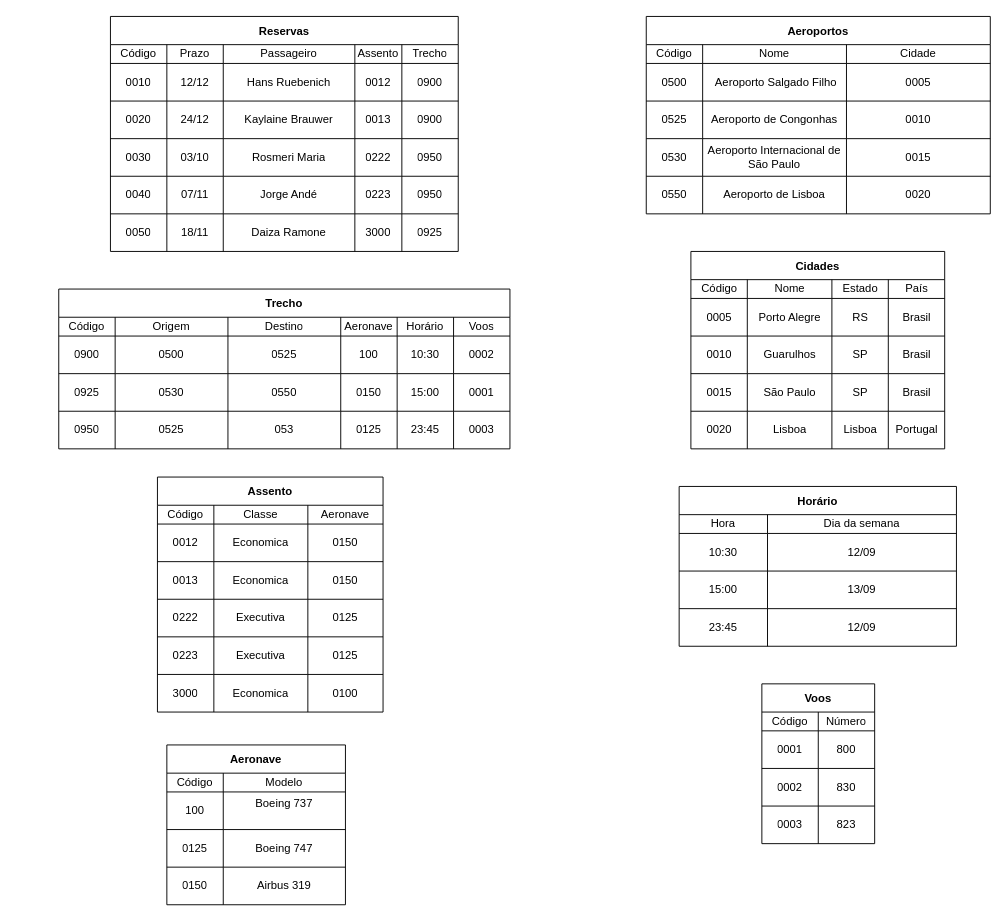
Earlier version of the draw.io diagram Facul/AlgebraLinear.drawio (HansRafael/projects). Source tidied: cells renumbered, new cells numbered last; positions are measured from the earlier drawing's top-left corner, leaving out a move shared by most shapes. Both pictures are drawn from the tidied source at 94%, with x=0, y=0 at pixel (16, 16).
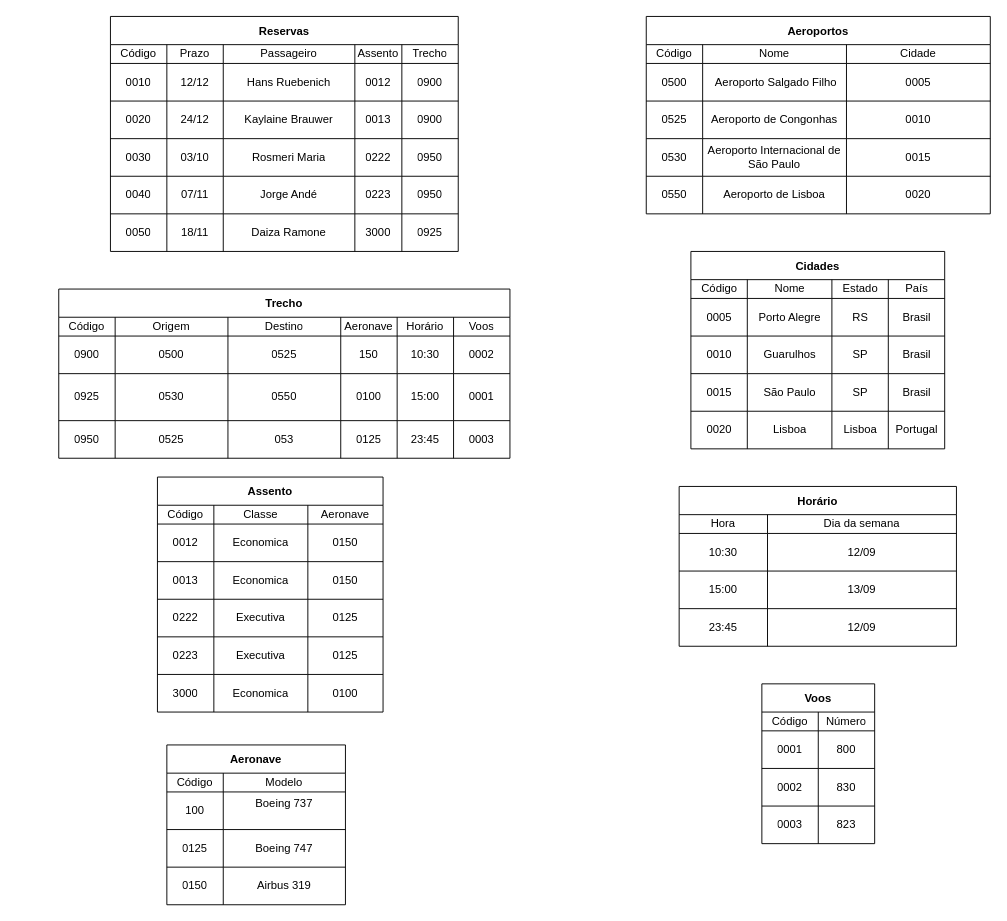
Above is the later version.

Unchanged cells that the change refers to:
```xml
<mxCell id="93" style="shape=partialRectangle;html=1;whiteSpace=wrap;fillColor=none;top=0;left=0;bottom=0;right=0;" parent="85" vertex="1">
  <mxGeometry y="50" width="480" height="40" as="geometry" />
</mxCell>
```

What changed in the source:
```diff
@@
     <mxCell id="85" value="Trecho" style="shape=table;startSize=30;childLayout=tableLayout;fontStyle=1;align=center;" parent="1" vertex="1">
-      <mxGeometry x="45" y="290" width="480" height="170" as="geometry" />
+      <mxGeometry x="45" y="290" width="480" height="180" as="geometry" />
     </mxCell>
@@
-    <mxCell id="97" value="100" style="shape=partialRectangle;html=1;whiteSpace=wrap;fillColor=none;top=0;left=0;bottom=0;right=0;overflow=hidden;" parent="93" vertex="1">
+    <mxCell id="97" value="150" style="shape=partialRectangle;html=1;whiteSpace=wrap;fillColor=none;top=0;left=0;bottom=0;right=0;overflow=hidden;" parent="93" vertex="1">
       <mxGeometry x="300" width="60" height="40" as="geometry" />
     </mxCell>
@@
     <mxCell id="100" style="shape=partialRectangle;html=1;whiteSpace=wrap;fillColor=none;top=0;left=0;bottom=0;right=0;" parent="85" vertex="1">
-      <mxGeometry y="90" width="480" height="40" as="geometry" />
+      <mxGeometry y="90" width="480" height="50" as="geometry" />
     </mxCell>
     <mxCell id="101" value="0925" style="shape=partialRectangle;html=1;whiteSpace=wrap;fillColor=none;top=0;left=0;bottom=0;right=0;overflow=hidden;" parent="100" vertex="1">
-      <mxGeometry width="60" height="40" as="geometry" />
+      <mxGeometry width="60" height="50" as="geometry" />
     </mxCell>
     <mxCell id="102" value="0530" style="shape=partialRectangle;html=1;whiteSpace=wrap;fillColor=none;top=0;left=0;bottom=0;right=0;overflow=hidden;" parent="100" vertex="1">
-      <mxGeometry x="60" width="120" height="40" as="geometry" />
+      <mxGeometry x="60" width="120" height="50" as="geometry" />
     </mxCell>
     <mxCell id="103" value="0550" style="shape=partialRectangle;html=1;whiteSpace=wrap;fillColor=none;top=0;left=0;bottom=0;right=0;overflow=hidden;" parent="100" vertex="1">
-      <mxGeometry x="180" width="120" height="40" as="geometry" />
+      <mxGeometry x="180" width="120" height="50" as="geometry" />
     </mxCell>
-    <mxCell id="104" value="0150" style="shape=partialRectangle;html=1;whiteSpace=wrap;fillColor=none;top=0;left=0;bottom=0;right=0;overflow=hidden;" parent="100" vertex="1">
-      <mxGeometry x="300" width="60" height="40" as="geometry" />
+    <mxCell id="104" value="0100" style="shape=partialRectangle;html=1;whiteSpace=wrap;fillColor=none;top=0;left=0;bottom=0;right=0;overflow=hidden;" parent="100" vertex="1">
+      <mxGeometry x="300" width="60" height="50" as="geometry" />
     </mxCell>
     <mxCell id="105" value="15:00" style="shape=partialRectangle;html=1;whiteSpace=wrap;fillColor=none;top=0;left=0;bottom=0;right=0;overflow=hidden;" parent="100" vertex="1">
-      <mxGeometry x="360" width="60" height="40" as="geometry" />
+      <mxGeometry x="360" width="60" height="50" as="geometry" />
     </mxCell>
     <mxCell id="106" value="0001" style="shape=partialRectangle;html=1;whiteSpace=wrap;fillColor=none;top=0;left=0;bottom=0;right=0;overflow=hidden;" parent="100" vertex="1">
-      <mxGeometry x="420" width="60" height="40" as="geometry" />
+      <mxGeometry x="420" width="60" height="50" as="geometry" />
     </mxCell>
     <mxCell id="107" style="shape=partialRectangle;html=1;whiteSpace=wrap;fillColor=none;top=0;left=0;bottom=0;right=0;" parent="85" vertex="1">
-      <mxGeometry y="130" width="480" height="40" as="geometry" />
+      <mxGeometry y="140" width="480" height="40" as="geometry" />
     </mxCell>
```
